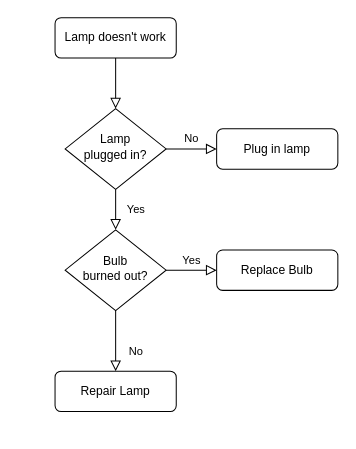
TIAmo1208/CPP_init_project keeps this draw.io diagram as 未命名绘图.drawio. Above is the earlier version. Source tidied: cells renumbered, new cells numbered last; positions are measured from the earlier drawing's top-left corner, leaving out a move shared by most shapes. Both pictures are drawn from the tidied source at 101%, with x=0, y=0 at pixel (55, 17).
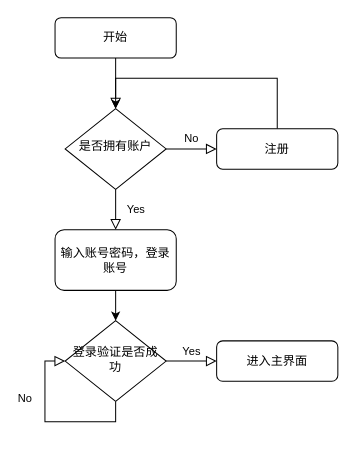
The same page after the edit.

Commit message:
流程图-登录.drawio

The edit, as a diff of the source:
```diff
@@
-    <mxCell id="3" value="Lamp doesn't work" style="rounded=1;whiteSpace=wrap;html=1;fontSize=12;glass=0;strokeWidth=1;shadow=0;" parent="1" vertex="1">
+    <mxCell id="3" value="开始" style="rounded=1;whiteSpace=wrap;html=1;fontSize=12;glass=0;strokeWidth=1;shadow=0;" parent="1" vertex="1">
       <mxGeometry width="120" height="40" as="geometry" />
     </mxCell>
-    <mxCell id="4" value="Yes" style="rounded=0;html=1;jettySize=auto;fontSize=11;endArrow=block;endFill=0;endSize=8;strokeWidth=1;shadow=0;labelBackgroundColor=none;edgeStyle=orthogonalEdgeStyle;" parent="1" edge="1" source="6" target="10">
+    <mxCell id="4" value="Yes" style="rounded=0;html=1;jettySize=auto;fontSize=11;endArrow=block;endFill=0;endSize=8;strokeWidth=1;shadow=0;labelBackgroundColor=none;edgeStyle=orthogonalEdgeStyle;entryX=0.5;entryY=0;entryDx=0;entryDy=0;" parent="1" edge="1" source="6" target="15">
       <mxGeometry y="20" relative="1" as="geometry" />
     </mxCell>
@@
-    <mxCell id="6" value="Lamp&lt;br&gt;plugged in?" style="rhombus;whiteSpace=wrap;html=1;shadow=0;fontFamily=Helvetica;fontSize=12;align=center;strokeWidth=1;spacing=6;spacingTop=-4;" parent="1" vertex="1">
+    <mxCell id="6" value="是否拥有账户" style="rhombus;whiteSpace=wrap;html=1;shadow=0;fontFamily=Helvetica;fontSize=12;align=center;strokeWidth=1;spacing=6;spacingTop=-4;" parent="1" vertex="1">
       <mxGeometry x="10" y="90" width="100" height="80" as="geometry" />
     </mxCell>
+    <mxCell id="13" style="edgeStyle=orthogonalEdgeStyle;rounded=0;jettySize=auto;html=1;entryX=0.5;entryY=0;entryDx=0;entryDy=0;" parent="1" edge="1" source="7" target="6">
+      <mxGeometry relative="1" as="geometry">
+        <Array as="points">
+          <mxPoint x="220" y="60" />
+          <mxPoint x="60" y="60" />
+        </Array>
+      </mxGeometry>
+    </mxCell>
-    <mxCell id="7" value="Plug in lamp" style="rounded=1;whiteSpace=wrap;html=1;fontSize=12;glass=0;strokeWidth=1;shadow=0;" parent="1" vertex="1">
+    <mxCell id="7" value="注册" style="rounded=1;whiteSpace=wrap;html=1;fontSize=12;glass=0;strokeWidth=1;shadow=0;" parent="1" vertex="1">
       <mxGeometry x="160" y="110" width="120" height="40" as="geometry" />
     </mxCell>
-    <mxCell id="8" value="No" style="rounded=0;html=1;jettySize=auto;fontSize=11;endArrow=block;endFill=0;endSize=8;strokeWidth=1;shadow=0;labelBackgroundColor=none;edgeStyle=orthogonalEdgeStyle;" parent="1" edge="1" source="10" target="11">
-      <mxGeometry x="0.33" y="20" relative="1" as="geometry" />
+    <mxCell id="8" value="No" style="rounded=0;html=1;jettySize=auto;orthogonalLoop=1;fontSize=11;endArrow=block;endFill=0;endSize=8;strokeWidth=1;shadow=0;labelBackgroundColor=none;edgeStyle=orthogonalEdgeStyle;entryX=0;entryY=0.5;entryDx=0;entryDy=0;" parent="1" edge="1" source="10" target="10">
+      <mxGeometry x="0.33" y="20" relative="1" as="geometry">
+        <Array as="points">
+          <mxPoint x="60" y="400" />
+          <mxPoint x="-10" y="400" />
+          <mxPoint x="-10" y="340" />
+        </Array>
+      </mxGeometry>
     </mxCell>
@@
-    <mxCell id="10" value="Bulb&lt;br&gt;burned out?" style="rhombus;whiteSpace=wrap;html=1;shadow=0;fontFamily=Helvetica;fontSize=12;align=center;strokeWidth=1;spacing=6;spacingTop=-4;" parent="1" vertex="1">
-      <mxGeometry x="10" y="210" width="100" height="80" as="geometry" />
+    <mxCell id="10" value="登录验证是否成功" style="rhombus;whiteSpace=wrap;html=1;shadow=0;fontFamily=Helvetica;fontSize=12;align=center;strokeWidth=1;spacing=6;spacingTop=-4;" parent="1" vertex="1">
+      <mxGeometry x="10" y="300" width="100" height="80" as="geometry" />
     </mxCell>
-    <mxCell id="11" value="Repair Lamp" style="rounded=1;whiteSpace=wrap;html=1;fontSize=12;glass=0;strokeWidth=1;shadow=0;" parent="1" vertex="1">
-      <mxGeometry y="350" width="120" height="40" as="geometry" />
-    </mxCell>
-    <mxCell id="12" value="Replace Bulb" style="rounded=1;whiteSpace=wrap;html=1;fontSize=12;glass=0;strokeWidth=1;shadow=0;" parent="1" vertex="1">
-      <mxGeometry x="160" y="230" width="120" height="40" as="geometry" />
+    <mxCell id="12" value="进入主界面" style="rounded=1;whiteSpace=wrap;html=1;fontSize=12;glass=0;strokeWidth=1;shadow=0;" parent="1" vertex="1">
+      <mxGeometry x="160" y="320" width="120" height="40" as="geometry" />
     </mxCell>
+    <mxCell id="14" style="edgeStyle=orthogonalEdgeStyle;rounded=0;jettySize=auto;html=1;" parent="1" edge="1" source="15" target="10">
+      <mxGeometry relative="1" as="geometry">
+        <Array as="points">
+          <mxPoint x="60" y="300" />
+          <mxPoint x="60" y="300" />
+        </Array>
+      </mxGeometry>
+    </mxCell>
+    <mxCell id="15" value="输入账号密码，登录账号" style="rounded=1;whiteSpace=wrap;html=1;" parent="1" vertex="1">
+      <mxGeometry y="210" width="120" height="60" as="geometry" />
+    </mxCell>
```
